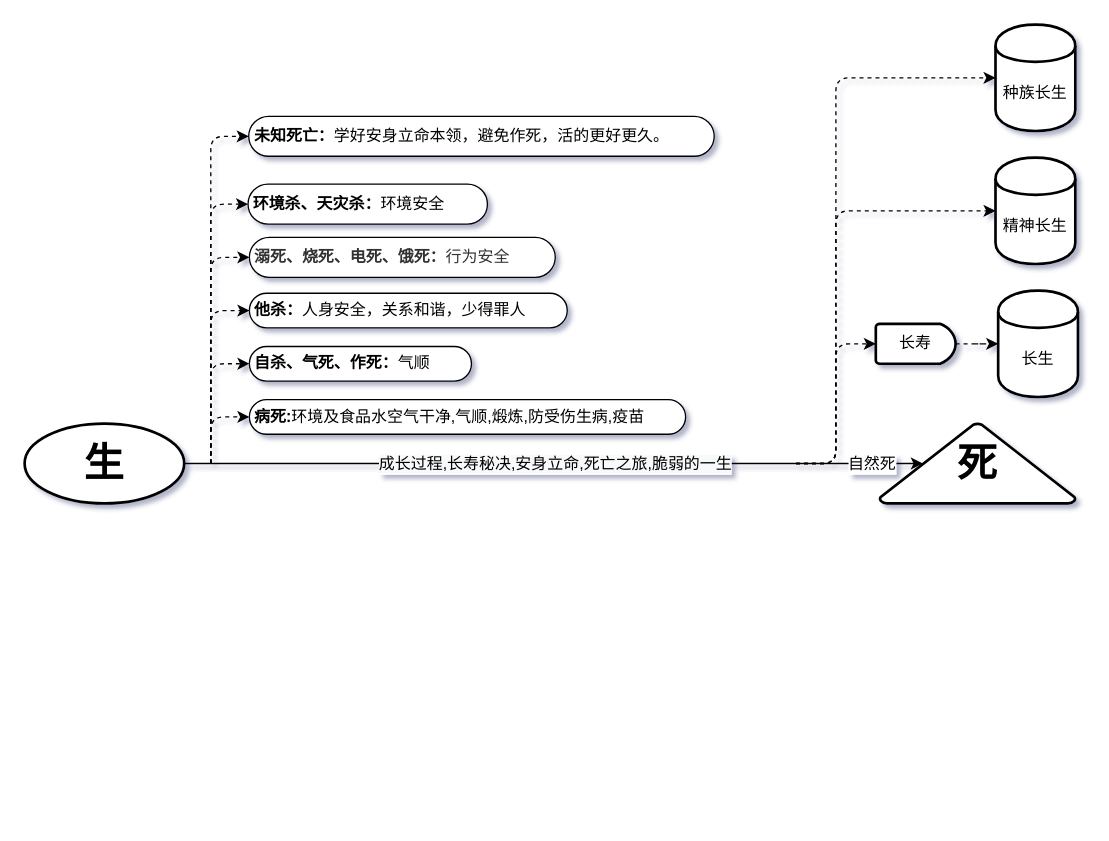
This is page "第 3 页" (3 of 4) of 未命名绘图.drawio from chenhaothink/Test, a draw.io file, before an edit. Source tidied: cells renumbered, new cells numbered last; positions are measured from the earlier drawing's top-left corner, leaving out a move shared by most shapes. Both pictures are drawn from the tidied source at 133%, with x=0, y=0 at pixel (24, 24).
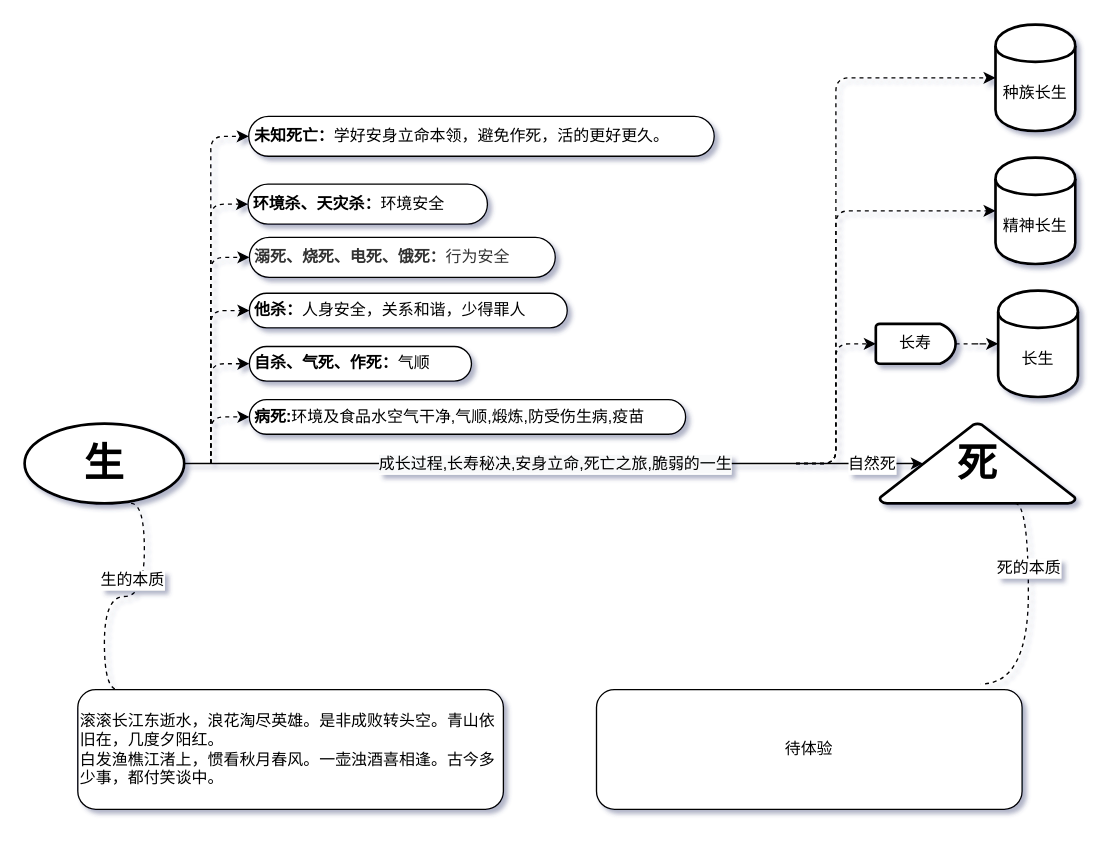
The same diagram, later.

Unchanged cells that the change refers to:
```xml
<mxCell id="2" value="生" style="strokeWidth=2;html=1;shape=mxgraph.flowchart.start_1;whiteSpace=wrap;fontStyle=1;fontSize=30;" parent="1" vertex="1">
  <mxGeometry y="300" width="120" height="60" as="geometry" />
</mxCell>
```

The edit, as a diff of the source:
```diff
@@
+    <mxCell id="27" value="待体验" style="rounded=1;whiteSpace=wrap;html=1;fontSize=12;align=center;" parent="1" vertex="1">
+      <mxGeometry x="430" y="500" width="320" height="90" as="geometry" />
+    </mxCell>
+    <mxCell id="28" style="edgeStyle=entityRelationEdgeStyle;startArrow=none;endArrow=none;segment=10;curved=1;dashed=1;fontSize=12;exitX=0.889;exitY=0.994;exitDx=0;exitDy=0;exitPerimeter=0;entryX=0.903;entryY=-0.047;entryDx=0;entryDy=0;entryPerimeter=0;" parent="1" edge="1" target="27">
+      <mxGeometry relative="1" as="geometry">
+        <mxPoint x="744.7" y="360" as="sourcePoint" />
+      </mxGeometry>
+    </mxCell>
+    <mxCell id="29" value="死的本质" style="edgeLabel;html=1;align=center;verticalAlign=middle;fontSize=12;" parent="28" vertex="1">
+      <mxGeometry x="-0.35" relative="1" as="geometry">
+        <mxPoint x="0.1" y="-0.4" as="offset" />
+      </mxGeometry>
+    </mxCell>
+    <mxCell id="30" value="&lt;div&gt;滚滚长江东逝水，浪花淘尽英雄。是非成败转头空。青山依旧在，几度夕阳红。&lt;/div&gt;&lt;div&gt;白发渔樵江渚上，惯看秋月春风。一壶浊酒喜相逢。古今多少事，都付笑谈中。&lt;/div&gt;" style="rounded=1;whiteSpace=wrap;html=1;fontSize=12;align=left;" parent="1" vertex="1">
+      <mxGeometry x="40" y="500" width="320" height="90" as="geometry" />
+    </mxCell>
+    <mxCell id="31" style="edgeStyle=entityRelationEdgeStyle;startArrow=none;endArrow=none;segment=10;curved=1;dashed=1;fontSize=12;entryX=0.037;entryY=0;entryDx=0;entryDy=0;entryPerimeter=0;exitX=0.667;exitY=1;exitDx=0;exitDy=0;exitPerimeter=0;" parent="1" edge="1" source="2">
+      <mxGeometry relative="1" as="geometry">
+        <mxPoint x="70" y="500" as="targetPoint" />
+      </mxGeometry>
+    </mxCell>
+    <mxCell id="32" value="生的本质" style="edgeLabel;html=1;align=center;verticalAlign=middle;fontSize=12;" parent="31" vertex="1">
+      <mxGeometry x="-0.33" relative="1" as="geometry">
+        <mxPoint x="-10" y="3.9" as="offset" />
+      </mxGeometry>
+    </mxCell>
```
